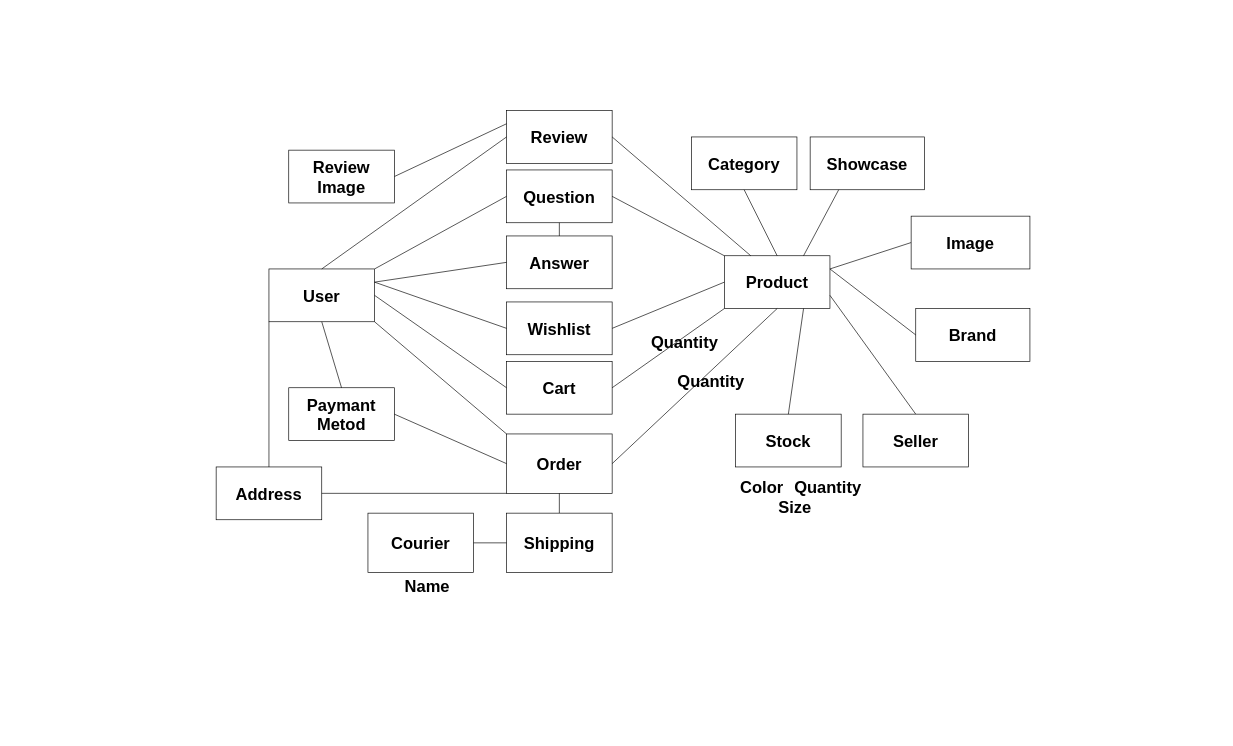
The draw.io diagram Tecnologie del web.drawio in Coccio98/Tecnologie-del-web, before the edit. Source tidied: cells renumbered, new cells numbered last; positions are measured from the earlier drawing's top-left corner, leaving out a move shared by most shapes. Both pictures are drawn from the tidied source at 66%, with x=0, y=0 at pixel (216, 110).
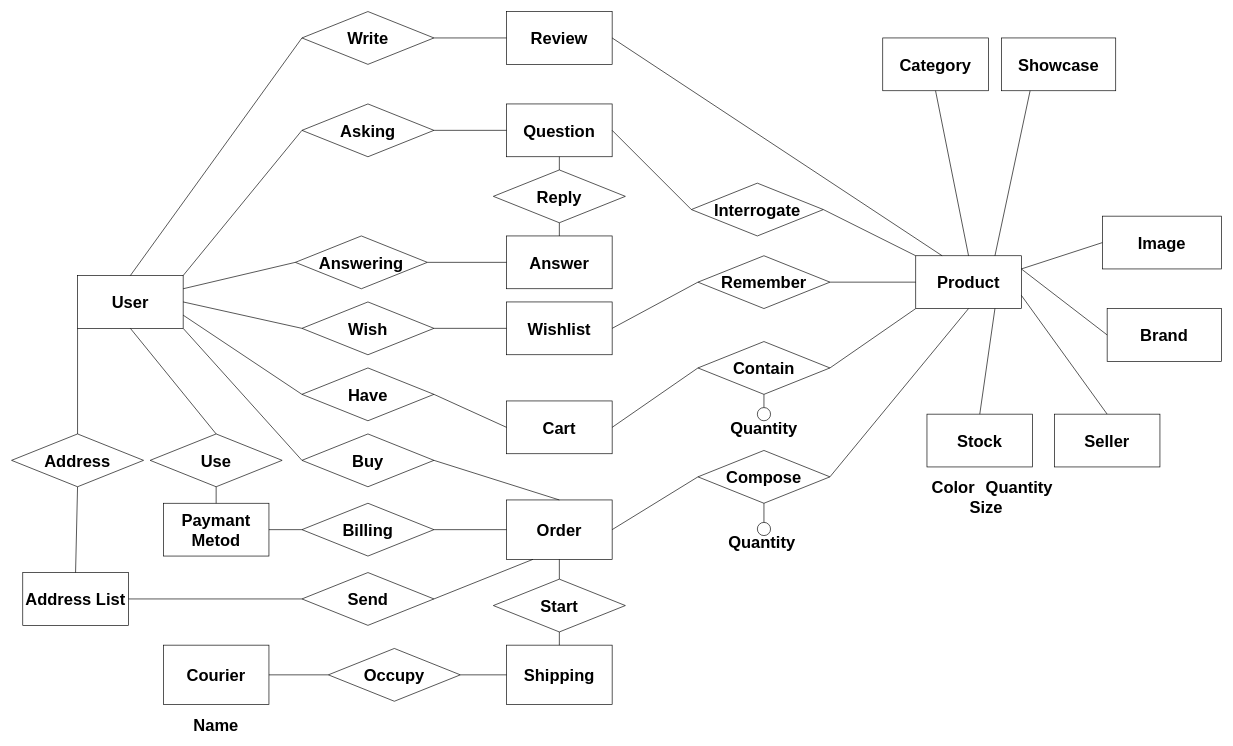
Above is the later version.

The change refers to these unchanged cells:
```xml
<mxCell id="6" value="Wishlist" style="rounded=0;whiteSpace=wrap;html=1;fontSize=25;fontStyle=1;" parent="1" vertex="1">
  <mxGeometry x="440" y="290" width="160" height="80" as="geometry" />
</mxCell>
<mxCell id="49" value="Answer" style="rounded=0;whiteSpace=wrap;html=1;fontSize=25;fontStyle=1;" parent="1" vertex="1">
  <mxGeometry x="440" y="190" width="160" height="80" as="geometry" />
</mxCell>
```

Change to the diagram source:
```diff
@@
     <mxCell id="2" value="User" style="rounded=0;whiteSpace=wrap;html=1;fontSize=25;fontStyle=1;" parent="1" vertex="1">
-      <mxGeometry x="80" y="240" width="160" height="80" as="geometry" />
+      <mxGeometry x="-210" y="250" width="160" height="80" as="geometry" />
     </mxCell>
     <mxCell id="3" value="Product" style="rounded=0;whiteSpace=wrap;html=1;fontSize=25;fontStyle=1;" parent="1" vertex="1">
-      <mxGeometry x="770" y="220" width="160" height="80" as="geometry" />
+      <mxGeometry x="1060" y="220" width="160" height="80" as="geometry" />
     </mxCell>
     <mxCell id="4" value="Category" style="rounded=0;whiteSpace=wrap;html=1;fontSize=25;fontStyle=1;" parent="1" vertex="1">
-      <mxGeometry x="720" y="40" width="160" height="80" as="geometry" />
+      <mxGeometry x="1010" y="-110" width="160" height="80" as="geometry" />
     </mxCell>
@@
-    <mxCell id="7" style="endArrow=none;html=1;entryX=0;entryY=0.5;entryDx=0;entryDy=0;exitX=1;exitY=0.25;exitDx=0;exitDy=0;fontSize=25;fontStyle=1;" parent="1" edge="1" source="2" target="6">
+    <mxCell id="7" style="endArrow=none;html=1;entryX=0;entryY=0.5;entryDx=0;entryDy=0;exitX=1;exitY=0.5;exitDx=0;exitDy=0;fontSize=25;fontStyle=1;" parent="1" edge="1" source="60" target="6">
       <mxGeometry relative="1" as="geometry" />
     </mxCell>
-    <mxCell id="8" style="endArrow=none;html=1;entryX=1;entryY=0.5;entryDx=0;entryDy=0;exitX=0;exitY=0.5;exitDx=0;exitDy=0;fontSize=25;fontStyle=1;" parent="1" edge="1" source="3" target="6">
+    <mxCell id="8" style="endArrow=none;html=1;entryX=1;entryY=0.5;entryDx=0;entryDy=0;exitX=0;exitY=0.5;exitDx=0;exitDy=0;fontSize=25;fontStyle=1;" parent="1" edge="1" source="86" target="6">
       <mxGeometry relative="1" as="geometry" />
     </mxCell>
     <mxCell id="9" value="Cart" style="rounded=0;whiteSpace=wrap;html=1;fontSize=25;fontStyle=1;" parent="1" vertex="1">
-      <mxGeometry x="440" y="380" width="160" height="80" as="geometry" />
+      <mxGeometry x="440" y="440" width="160" height="80" as="geometry" />
     </mxCell>
-    <mxCell id="10" style="endArrow=none;html=1;exitX=0;exitY=0.5;exitDx=0;exitDy=0;entryX=1;entryY=0.5;entryDx=0;entryDy=0;fontSize=25;fontStyle=1;" parent="1" edge="1" source="9" target="2">
+    <mxCell id="10" style="endArrow=none;html=1;exitX=0;exitY=0.5;exitDx=0;exitDy=0;entryX=1;entryY=0.75;entryDx=0;entryDy=0;fontSize=25;fontStyle=1;" parent="1" edge="1" source="62" target="2">
       <mxGeometry relative="1" as="geometry" />
     </mxCell>
-    <mxCell id="11" style="endArrow=none;html=1;exitX=1;exitY=0.5;exitDx=0;exitDy=0;entryX=0;entryY=1;entryDx=0;entryDy=0;fontSize=25;fontStyle=1;" parent="1" edge="1" source="9" target="3">
+    <mxCell id="11" style="endArrow=none;html=1;exitX=1;exitY=0.5;exitDx=0;exitDy=0;entryX=0;entryY=1;entryDx=0;entryDy=0;fontSize=25;fontStyle=1;" parent="1" edge="1" source="84" target="3">
       <mxGeometry relative="1" as="geometry" />
     </mxCell>
-    <mxCell id="12" value="Address" style="rounded=0;whiteSpace=wrap;html=1;fontSize=25;fontStyle=1;" parent="1" vertex="1">
-      <mxGeometry y="540" width="160" height="80" as="geometry" />
+    <mxCell id="12" value="Address List" style="rounded=0;whiteSpace=wrap;html=1;fontSize=25;fontStyle=1;" parent="1" vertex="1">
+      <mxGeometry x="-293" y="700" width="160" height="80" as="geometry" />
     </mxCell>
-    <mxCell id="13" style="endArrow=none;html=1;entryX=0;entryY=1;entryDx=0;entryDy=0;exitX=0.5;exitY=0;exitDx=0;exitDy=0;fontSize=25;fontStyle=1;" parent="1" edge="1" source="12" target="2">
+    <mxCell id="13" style="endArrow=none;html=1;entryX=0;entryY=1;entryDx=0;entryDy=0;exitX=0.5;exitY=0;exitDx=0;exitDy=0;fontSize=25;fontStyle=1;" parent="1" edge="1" source="70" target="2">
       <mxGeometry relative="1" as="geometry" />
     </mxCell>
     <mxCell id="14" value="Paymant Metod" style="rounded=0;whiteSpace=wrap;html=1;fontSize=25;fontStyle=1;" parent="1" vertex="1">
-      <mxGeometry x="110" y="420" width="160" height="80" as="geometry" />
+      <mxGeometry x="-80" y="595" width="160" height="80" as="geometry" />
     </mxCell>
-    <mxCell id="15" style="endArrow=none;html=1;entryX=0.5;entryY=1;entryDx=0;entryDy=0;exitX=0.5;exitY=0;exitDx=0;exitDy=0;fontSize=25;fontStyle=1;" parent="1" edge="1" source="14" target="2">
+    <mxCell id="15" style="endArrow=none;html=1;entryX=0.5;entryY=1;entryDx=0;entryDy=0;exitX=0.5;exitY=0;exitDx=0;exitDy=0;fontSize=25;fontStyle=1;" parent="1" edge="1" source="66" target="2">
       <mxGeometry relative="1" as="geometry" />
     </mxCell>
     <mxCell id="16" value="Order" style="rounded=0;whiteSpace=wrap;html=1;fontSize=25;fontStyle=1;" parent="1" vertex="1">
-      <mxGeometry x="440" y="490" width="160" height="90" as="geometry" />
+      <mxGeometry x="440" y="590" width="160" height="90" as="geometry" />
     </mxCell>
-    <mxCell id="17" style="endArrow=none;html=1;entryX=1;entryY=1;entryDx=0;entryDy=0;exitX=0;exitY=0;exitDx=0;exitDy=0;fontSize=25;fontStyle=1;" parent="1" edge="1" source="16" target="2">
+    <mxCell id="17" style="endArrow=none;html=1;entryX=1;entryY=1;entryDx=0;entryDy=0;exitX=0;exitY=0.5;exitDx=0;exitDy=0;fontSize=25;fontStyle=1;" parent="1" edge="1" source="64" target="2">
       <mxGeometry relative="1" as="geometry" />
     </mxCell>
-    <mxCell id="18" style="endArrow=none;html=1;exitX=1;exitY=0.5;exitDx=0;exitDy=0;entryX=0;entryY=0.5;entryDx=0;entryDy=0;fontSize=25;fontStyle=1;" parent="1" edge="1" source="14" target="16">
+    <mxCell id="18" style="endArrow=none;html=1;exitX=1;exitY=0.5;exitDx=0;exitDy=0;entryX=0;entryY=0.5;entryDx=0;entryDy=0;fontSize=25;fontStyle=1;" parent="1" edge="1" source="68" target="16">
       <mxGeometry relative="1" as="geometry" />
     </mxCell>
-    <mxCell id="19" style="endArrow=none;html=1;exitX=1;exitY=0.5;exitDx=0;exitDy=0;entryX=0;entryY=1;entryDx=0;entryDy=0;fontSize=25;fontStyle=1;" parent="1" edge="1" source="12" target="16">
+    <mxCell id="19" style="endArrow=none;html=1;exitX=1;exitY=0.5;exitDx=0;exitDy=0;fontSize=25;fontStyle=1;entryX=0.25;entryY=1;entryDx=0;entryDy=0;" parent="1" edge="1" source="72" target="16">
       <mxGeometry relative="1" as="geometry" />
     </mxCell>
-    <mxCell id="20" style="endArrow=none;html=1;entryX=0.5;entryY=1;entryDx=0;entryDy=0;exitX=1;exitY=0.5;exitDx=0;exitDy=0;fontSize=25;fontStyle=1;" parent="1" edge="1" source="16" target="3">
+    <mxCell id="20" style="endArrow=none;html=1;entryX=0.5;entryY=1;entryDx=0;entryDy=0;exitX=1;exitY=0.5;exitDx=0;exitDy=0;fontSize=25;fontStyle=1;" parent="1" edge="1" source="78" target="3">
       <mxGeometry relative="1" as="geometry" />
     </mxCell>
@@
     <mxCell id="22" value="Image" style="rounded=0;whiteSpace=wrap;html=1;fontSize=25;fontStyle=1;" parent="1" vertex="1">
-      <mxGeometry x="1053" y="160" width="180" height="80" as="geometry" />
+      <mxGeometry x="1343" y="160" width="180" height="80" as="geometry" />
     </mxCell>
     <mxCell id="23" value="Review" style="rounded=0;whiteSpace=wrap;html=1;fontSize=25;fontStyle=1;" parent="1" vertex="1">
-      <mxGeometry x="440" width="160" height="80" as="geometry" />
+      <mxGeometry x="440" y="-150" width="160" height="80" as="geometry" />
     </mxCell>
@@
-    <mxCell id="25" style="endArrow=none;html=1;entryX=0;entryY=0.5;entryDx=0;entryDy=0;exitX=0.5;exitY=0;exitDx=0;exitDy=0;fontSize=25;fontStyle=1;" parent="1" edge="1" source="2" target="23">
+    <mxCell id="25" style="endArrow=none;html=1;exitX=0.5;exitY=0;exitDx=0;exitDy=0;fontSize=25;fontStyle=1;entryX=0;entryY=0.5;entryDx=0;entryDy=0;" parent="1" edge="1" source="2" target="52">
       <mxGeometry relative="1" as="geometry" />
     </mxCell>
-    <mxCell id="26" value="Quantity" style="text;html=1;strokeColor=none;fillColor=none;align=center;verticalAlign=middle;whiteSpace=wrap;rounded=0;fontSize=25;fontStyle=1;" parent="1" vertex="1">
-      <mxGeometry x="690" y="340" width="40" height="20" as="geometry" />
-    </mxCell>
     <mxCell id="27" value="Quantity" style="text;html=1;strokeColor=none;fillColor=none;align=center;verticalAlign=middle;whiteSpace=wrap;rounded=0;fontSize=25;fontStyle=1;" parent="1" vertex="1">
-      <mxGeometry x="730" y="400" width="40" height="20" as="geometry" />
+      <mxGeometry x="807" y="644" width="40" height="20" as="geometry" />
     </mxCell>
@@
     <mxCell id="29" value="Seller" style="rounded=0;whiteSpace=wrap;html=1;fontSize=25;fontStyle=1;" parent="1" vertex="1">
-      <mxGeometry x="980" y="460" width="160" height="80" as="geometry" />
+      <mxGeometry x="1270" y="460" width="160" height="80" as="geometry" />
     </mxCell>
     <mxCell id="30" value="Brand" style="rounded=0;whiteSpace=wrap;html=1;fontSize=25;fontStyle=1;" parent="1" vertex="1">
-      <mxGeometry x="1060" y="300" width="173" height="80" as="geometry" />
+      <mxGeometry x="1350" y="300" width="173" height="80" as="geometry" />
     </mxCell>
@@
     <mxCell id="32" value="Stock" style="rounded=0;whiteSpace=wrap;html=1;fontSize=25;fontStyle=1;" parent="1" vertex="1">
-      <mxGeometry x="787" y="460" width="160" height="80" as="geometry" />
+      <mxGeometry x="1077" y="460" width="160" height="80" as="geometry" />
     </mxCell>
@@
     <mxCell id="34" value="Color" style="text;html=1;strokeColor=none;fillColor=none;align=center;verticalAlign=middle;whiteSpace=wrap;rounded=0;fontSize=25;fontStyle=1;" parent="1" vertex="1">
-      <mxGeometry x="807" y="560" width="40" height="20" as="geometry" />
+      <mxGeometry x="1097" y="560" width="40" height="20" as="geometry" />
     </mxCell>
     <mxCell id="35" value="Quantity" style="text;html=1;strokeColor=none;fillColor=none;align=center;verticalAlign=middle;whiteSpace=wrap;rounded=0;fontSize=25;fontStyle=1;" parent="1" vertex="1">
-      <mxGeometry x="907" y="560" width="40" height="20" as="geometry" />
+      <mxGeometry x="1197" y="560" width="40" height="20" as="geometry" />
     </mxCell>
     <mxCell id="36" value="Size" style="text;html=1;strokeColor=none;fillColor=none;align=center;verticalAlign=middle;whiteSpace=wrap;rounded=0;fontSize=25;fontStyle=1;" parent="1" vertex="1">
-      <mxGeometry x="857" y="590" width="40" height="20" as="geometry" />
+      <mxGeometry x="1147" y="590" width="40" height="20" as="geometry" />
     </mxCell>
-    <mxCell id="37" style="endArrow=none;html=1;fontSize=25;entryX=0.5;entryY=1;entryDx=0;entryDy=0;exitX=0.5;exitY=0;exitDx=0;exitDy=0;" parent="1" edge="1" source="38" target="16">
+    <mxCell id="37" style="endArrow=none;html=1;fontSize=25;entryX=0.5;entryY=1;entryDx=0;entryDy=0;exitX=0.5;exitY=0;exitDx=0;exitDy=0;" parent="1" edge="1" source="74" target="16">
       <mxGeometry relative="1" as="geometry" />
     </mxCell>
     <mxCell id="38" value="Shipping" style="rounded=0;whiteSpace=wrap;html=1;fontSize=25;fontStyle=1;" parent="1" vertex="1">
-      <mxGeometry x="440" y="610" width="160" height="90" as="geometry" />
+      <mxGeometry x="440" y="810" width="160" height="90" as="geometry" />
     </mxCell>
     <mxCell id="39" value="Courier" style="rounded=0;whiteSpace=wrap;html=1;fontSize=25;fontStyle=1;" parent="1" vertex="1">
-      <mxGeometry x="230" y="610" width="160" height="90" as="geometry" />
+      <mxGeometry x="-80" y="810" width="160" height="90" as="geometry" />
     </mxCell>
-    <mxCell id="40" style="endArrow=none;html=1;fontSize=25;entryX=0;entryY=0.5;entryDx=0;entryDy=0;exitX=1;exitY=0.5;exitDx=0;exitDy=0;" parent="1" edge="1" source="39" target="38">
+    <mxCell id="40" style="endArrow=none;html=1;fontSize=25;entryX=0;entryY=0.5;entryDx=0;entryDy=0;exitX=1;exitY=0.5;exitDx=0;exitDy=0;" parent="1" edge="1" source="76" target="38">
       <mxGeometry relative="1" as="geometry" />
     </mxCell>
     <mxCell id="41" value="Name" style="text;html=1;strokeColor=none;fillColor=none;align=center;verticalAlign=middle;whiteSpace=wrap;rounded=0;fontSize=25;fontStyle=1;" parent="1" vertex="1">
-      <mxGeometry x="300" y="710" width="40" height="20" as="geometry" />
+      <mxGeometry x="-20" y="920" width="40" height="20" as="geometry" />
     </mxCell>
     <mxCell id="42" value="Showcase" style="rounded=0;whiteSpace=wrap;html=1;fontSize=25;fontStyle=1;" parent="1" vertex="1">
-      <mxGeometry x="900" y="40" width="173" height="80" as="geometry" />
+      <mxGeometry x="1190" y="-110" width="173" height="80" as="geometry" />
     </mxCell>
@@
     <mxCell id="44" value="Question" style="rounded=0;whiteSpace=wrap;html=1;fontSize=25;fontStyle=1;" parent="1" vertex="1">
-      <mxGeometry x="440" y="90" width="160" height="80" as="geometry" />
+      <mxGeometry x="440" y="-10" width="160" height="80" as="geometry" />
     </mxCell>
-    <mxCell id="45" style="endArrow=none;html=1;fontSize=25;entryX=1;entryY=0.5;entryDx=0;entryDy=0;exitX=0;exitY=0;exitDx=0;exitDy=0;" parent="1" edge="1" source="3" target="44">
+    <mxCell id="45" style="endArrow=none;html=1;fontSize=25;entryX=1;entryY=0.5;entryDx=0;entryDy=0;exitX=0;exitY=0.5;exitDx=0;exitDy=0;" parent="1" edge="1" source="88" target="44">
       <mxGeometry relative="1" as="geometry" />
     </mxCell>
-    <mxCell id="46" style="endArrow=none;html=1;fontSize=25;entryX=0;entryY=0.5;entryDx=0;entryDy=0;exitX=1;exitY=0;exitDx=0;exitDy=0;" parent="1" edge="1" source="2" target="44">
+    <mxCell id="46" style="endArrow=none;html=1;fontSize=25;entryX=0;entryY=0.5;entryDx=0;entryDy=0;exitX=1;exitY=0.5;exitDx=0;exitDy=0;" parent="1" edge="1" source="56" target="44">
       <mxGeometry relative="1" as="geometry" />
     </mxCell>
-    <mxCell id="47" style="endArrow=none;html=1;fontSize=25;entryX=0;entryY=0.25;entryDx=0;entryDy=0;exitX=1;exitY=0.5;exitDx=0;exitDy=0;" parent="1" edge="1" source="48" target="23">
-      <mxGeometry relative="1" as="geometry" />
-    </mxCell>
-    <mxCell id="48" value="Review Image" style="rounded=0;whiteSpace=wrap;html=1;fontSize=25;fontStyle=1;" parent="1" vertex="1">
-      <mxGeometry x="110" y="60" width="160" height="80" as="geometry" />
-    </mxCell>
@@
-    <mxCell id="50" style="endArrow=none;html=1;fontSize=25;entryX=0.5;entryY=1;entryDx=0;entryDy=0;exitX=0.5;exitY=0;exitDx=0;exitDy=0;" parent="1" edge="1" source="49" target="44">
+    <mxCell id="50" style="endArrow=none;html=1;fontSize=25;entryX=0.5;entryY=1;entryDx=0;entryDy=0;exitX=0.5;exitY=0;exitDx=0;exitDy=0;" parent="1" edge="1" source="58" target="44">
       <mxGeometry relative="1" as="geometry" />
     </mxCell>
-    <mxCell id="51" style="endArrow=none;html=1;fontSize=25;exitX=1;exitY=0.25;exitDx=0;exitDy=0;entryX=0;entryY=0.5;entryDx=0;entryDy=0;" parent="1" edge="1" source="2" target="49">
+    <mxCell id="51" style="endArrow=none;html=1;fontSize=25;exitX=1;exitY=0.5;exitDx=0;exitDy=0;entryX=0;entryY=0.5;entryDx=0;entryDy=0;" parent="1" edge="1" source="54" target="49">
       <mxGeometry relative="1" as="geometry" />
     </mxCell>
+    <mxCell id="52" value="Write" style="rhombus;whiteSpace=wrap;html=1;fontSize=25;fontStyle=1;" parent="1" vertex="1">
+      <mxGeometry x="130" y="-150" width="200" height="80" as="geometry" />
+    </mxCell>
+    <mxCell id="53" style="endArrow=none;html=1;exitX=1;exitY=0.5;exitDx=0;exitDy=0;fontSize=25;fontStyle=1;entryX=0;entryY=0.5;entryDx=0;entryDy=0;" parent="1" edge="1" source="52" target="23">
+      <mxGeometry relative="1" as="geometry" />
+    </mxCell>
+    <mxCell id="54" value="Answering" style="rhombus;whiteSpace=wrap;html=1;fontSize=25;fontStyle=1;" parent="1" vertex="1">
+      <mxGeometry x="120" y="190" width="200" height="80" as="geometry" />
+    </mxCell>
+    <mxCell id="55" style="endArrow=none;html=1;fontSize=25;exitX=1;exitY=0.25;exitDx=0;exitDy=0;entryX=0;entryY=0.5;entryDx=0;entryDy=0;" parent="1" edge="1" source="2" target="54">
+      <mxGeometry relative="1" as="geometry" />
+    </mxCell>
+    <mxCell id="56" value="Asking" style="rhombus;whiteSpace=wrap;html=1;fontSize=25;fontStyle=1;" parent="1" vertex="1">
+      <mxGeometry x="130" y="-10" width="200" height="80" as="geometry" />
+    </mxCell>
+    <mxCell id="57" style="endArrow=none;html=1;fontSize=25;entryX=0;entryY=0.5;entryDx=0;entryDy=0;exitX=1;exitY=0;exitDx=0;exitDy=0;" parent="1" edge="1" source="2" target="56">
+      <mxGeometry relative="1" as="geometry" />
+    </mxCell>
+    <mxCell id="58" value="Reply" style="rhombus;whiteSpace=wrap;html=1;fontSize=25;fontStyle=1;" parent="1" vertex="1">
+      <mxGeometry x="420" y="90" width="200" height="80" as="geometry" />
+    </mxCell>
+    <mxCell id="59" style="endArrow=none;html=1;fontSize=25;entryX=0.5;entryY=1;entryDx=0;entryDy=0;exitX=0.5;exitY=0;exitDx=0;exitDy=0;" parent="1" edge="1" source="49" target="58">
+      <mxGeometry relative="1" as="geometry" />
+    </mxCell>
+    <mxCell id="60" value="Wish" style="rhombus;whiteSpace=wrap;html=1;fontSize=25;fontStyle=1;" parent="1" vertex="1">
+      <mxGeometry x="130" y="290" width="200" height="80" as="geometry" />
+    </mxCell>
+    <mxCell id="61" style="endArrow=none;html=1;entryX=0;entryY=0.5;entryDx=0;entryDy=0;exitX=1;exitY=0.5;exitDx=0;exitDy=0;fontSize=25;fontStyle=1;" parent="1" edge="1" source="2" target="60">
+      <mxGeometry relative="1" as="geometry" />
+    </mxCell>
+    <mxCell id="62" value="Have" style="rhombus;whiteSpace=wrap;html=1;fontSize=25;fontStyle=1;" parent="1" vertex="1">
+      <mxGeometry x="130" y="390" width="200" height="80" as="geometry" />
+    </mxCell>
+    <mxCell id="63" style="endArrow=none;html=1;exitX=0;exitY=0.5;exitDx=0;exitDy=0;fontSize=25;fontStyle=1;entryX=1;entryY=0.5;entryDx=0;entryDy=0;" parent="1" edge="1" source="9" target="62">
+      <mxGeometry relative="1" as="geometry" />
+    </mxCell>
+    <mxCell id="64" value="Buy" style="rhombus;whiteSpace=wrap;html=1;fontSize=25;fontStyle=1;" parent="1" vertex="1">
+      <mxGeometry x="130" y="490" width="200" height="80" as="geometry" />
+    </mxCell>
+    <mxCell id="65" style="endArrow=none;html=1;fontSize=25;fontStyle=1;entryX=1;entryY=0.5;entryDx=0;entryDy=0;exitX=0.5;exitY=0;exitDx=0;exitDy=0;" parent="1" edge="1" source="16" target="64">
+      <mxGeometry relative="1" as="geometry" />
+    </mxCell>
+    <mxCell id="66" value="Use" style="rhombus;whiteSpace=wrap;html=1;fontSize=25;fontStyle=1;" parent="1" vertex="1">
+      <mxGeometry x="-100" y="490" width="200" height="80" as="geometry" />
+    </mxCell>
+    <mxCell id="67" style="endArrow=none;html=1;entryX=0.5;entryY=1;entryDx=0;entryDy=0;exitX=0.5;exitY=0;exitDx=0;exitDy=0;fontSize=25;fontStyle=1;" parent="1" edge="1" source="14" target="66">
+      <mxGeometry relative="1" as="geometry" />
+    </mxCell>
+    <mxCell id="68" value="Billing" style="rhombus;whiteSpace=wrap;html=1;fontSize=25;fontStyle=1;" parent="1" vertex="1">
+      <mxGeometry x="130" y="595" width="200" height="80" as="geometry" />
+    </mxCell>
+    <mxCell id="69" style="endArrow=none;html=1;exitX=1;exitY=0.5;exitDx=0;exitDy=0;entryX=0;entryY=0.5;entryDx=0;entryDy=0;fontSize=25;fontStyle=1;" parent="1" edge="1" source="14" target="68">
+      <mxGeometry relative="1" as="geometry" />
+    </mxCell>
+    <mxCell id="70" value="Address" style="rhombus;whiteSpace=wrap;html=1;fontSize=25;fontStyle=1;" parent="1" vertex="1">
+      <mxGeometry x="-310" y="490" width="200" height="80" as="geometry" />
+    </mxCell>
+    <mxCell id="71" style="endArrow=none;html=1;entryX=0.5;entryY=1;entryDx=0;entryDy=0;exitX=0.5;exitY=0;exitDx=0;exitDy=0;fontSize=25;fontStyle=1;" parent="1" edge="1" source="12" target="70">
+      <mxGeometry relative="1" as="geometry" />
+    </mxCell>
+    <mxCell id="72" value="Send" style="rhombus;whiteSpace=wrap;html=1;fontSize=25;fontStyle=1;" parent="1" vertex="1">
+      <mxGeometry x="130" y="700" width="200" height="80" as="geometry" />
+    </mxCell>
+    <mxCell id="73" style="endArrow=none;html=1;exitX=1;exitY=0.5;exitDx=0;exitDy=0;entryX=0;entryY=0.5;entryDx=0;entryDy=0;fontSize=25;fontStyle=1;" parent="1" edge="1" source="12" target="72">
+      <mxGeometry relative="1" as="geometry" />
+    </mxCell>
+    <mxCell id="74" value="Start" style="rhombus;whiteSpace=wrap;html=1;fontSize=25;fontStyle=1;" parent="1" vertex="1">
+      <mxGeometry x="420" y="710" width="200" height="80" as="geometry" />
+    </mxCell>
+    <mxCell id="75" style="endArrow=none;html=1;fontSize=25;entryX=0.5;entryY=1;entryDx=0;entryDy=0;exitX=0.5;exitY=0;exitDx=0;exitDy=0;" parent="1" edge="1" source="38" target="74">
+      <mxGeometry relative="1" as="geometry" />
+    </mxCell>
+    <mxCell id="76" value="Occupy" style="rhombus;whiteSpace=wrap;html=1;fontSize=25;fontStyle=1;" parent="1" vertex="1">
+      <mxGeometry x="170" y="815" width="200" height="80" as="geometry" />
+    </mxCell>
+    <mxCell id="77" style="endArrow=none;html=1;fontSize=25;entryX=0;entryY=0.5;entryDx=0;entryDy=0;exitX=1;exitY=0.5;exitDx=0;exitDy=0;" parent="1" edge="1" source="39" target="76">
+      <mxGeometry relative="1" as="geometry" />
+    </mxCell>
+    <mxCell id="78" value="Compose" style="rhombus;whiteSpace=wrap;html=1;fontSize=25;fontStyle=1;" parent="1" vertex="1">
+      <mxGeometry x="730" y="515" width="200" height="80" as="geometry" />
+    </mxCell>
+    <mxCell id="79" style="endArrow=none;html=1;entryX=0;entryY=0.5;entryDx=0;entryDy=0;exitX=1;exitY=0.5;exitDx=0;exitDy=0;fontSize=25;fontStyle=1;" parent="1" edge="1" source="16" target="78">
+      <mxGeometry relative="1" as="geometry" />
+    </mxCell>
+    <mxCell id="80" style="endArrow=none;html=1;fontSize=25;entryX=0.5;entryY=1;entryDx=0;entryDy=0;exitX=0.5;exitY=0;exitDx=0;exitDy=0;" parent="1" edge="1" source="81" target="78">
+      <mxGeometry relative="1" as="geometry" />
+    </mxCell>
+    <mxCell id="81" style="ellipse;whiteSpace=wrap;html=1;fontSize=25;" parent="1" vertex="1">
+      <mxGeometry x="820" y="624" width="20" height="20" as="geometry" />
+    </mxCell>
+    <mxCell id="26" value="Quantity" style="text;html=1;strokeColor=none;fillColor=none;align=center;verticalAlign=middle;whiteSpace=wrap;rounded=0;fontSize=25;fontStyle=1;" parent="1" vertex="1">
+      <mxGeometry x="810" y="470" width="40" height="20" as="geometry" />
+    </mxCell>
+    <mxCell id="82" style="endArrow=none;html=1;fontSize=25;entryX=0.5;entryY=1;entryDx=0;entryDy=0;exitX=0.5;exitY=0;exitDx=0;exitDy=0;" parent="1" edge="1" source="83" target="84">
+      <mxGeometry relative="1" as="geometry" />
+    </mxCell>
+    <mxCell id="83" style="ellipse;whiteSpace=wrap;html=1;fontSize=25;" parent="1" vertex="1">
+      <mxGeometry x="820" y="450" width="20" height="20" as="geometry" />
+    </mxCell>
+    <mxCell id="84" value="Contain" style="rhombus;whiteSpace=wrap;html=1;fontSize=25;fontStyle=1;" parent="1" vertex="1">
+      <mxGeometry x="730" y="350" width="200" height="80" as="geometry" />
+    </mxCell>
+    <mxCell id="85" style="endArrow=none;html=1;exitX=1;exitY=0.5;exitDx=0;exitDy=0;entryX=0;entryY=0.5;entryDx=0;entryDy=0;fontSize=25;fontStyle=1;" parent="1" edge="1" source="9" target="84">
+      <mxGeometry relative="1" as="geometry" />
+    </mxCell>
+    <mxCell id="86" value="Remember" style="rhombus;whiteSpace=wrap;html=1;fontSize=25;fontStyle=1;" parent="1" vertex="1">
+      <mxGeometry x="730" y="220" width="200" height="80" as="geometry" />
+    </mxCell>
+    <mxCell id="87" style="endArrow=none;html=1;entryX=1;entryY=0.5;entryDx=0;entryDy=0;exitX=0;exitY=0.5;exitDx=0;exitDy=0;fontSize=25;fontStyle=1;" parent="1" edge="1" source="3" target="86">
+      <mxGeometry relative="1" as="geometry" />
+    </mxCell>
+    <mxCell id="88" value="Interrogate" style="rhombus;whiteSpace=wrap;html=1;fontSize=25;fontStyle=1;" parent="1" vertex="1">
+      <mxGeometry x="720" y="110" width="200" height="80" as="geometry" />
+    </mxCell>
+    <mxCell id="89" style="endArrow=none;html=1;fontSize=25;entryX=1;entryY=0.5;entryDx=0;entryDy=0;exitX=0;exitY=0;exitDx=0;exitDy=0;" parent="1" edge="1" source="3" target="88">
+      <mxGeometry relative="1" as="geometry" />
+    </mxCell>
```
